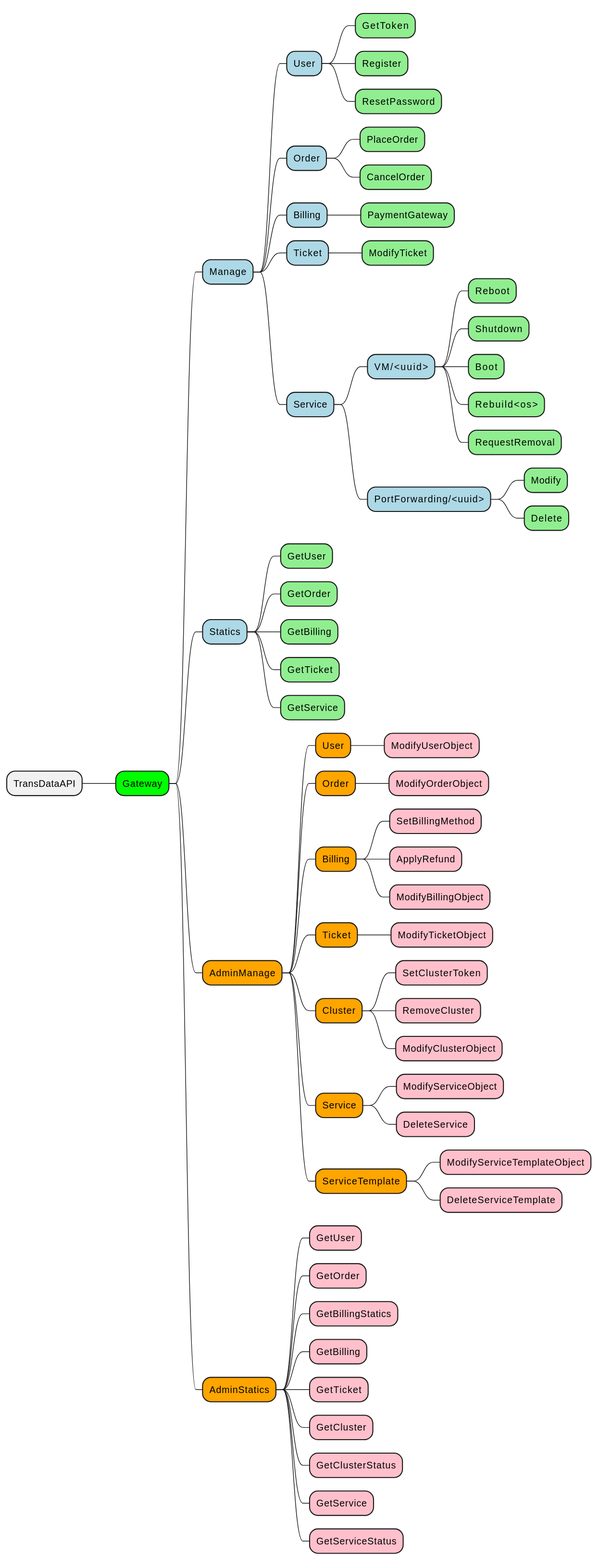
Before: documents/api.svg, a diagram exported from PlantUML (CaliNetwork/TransData).
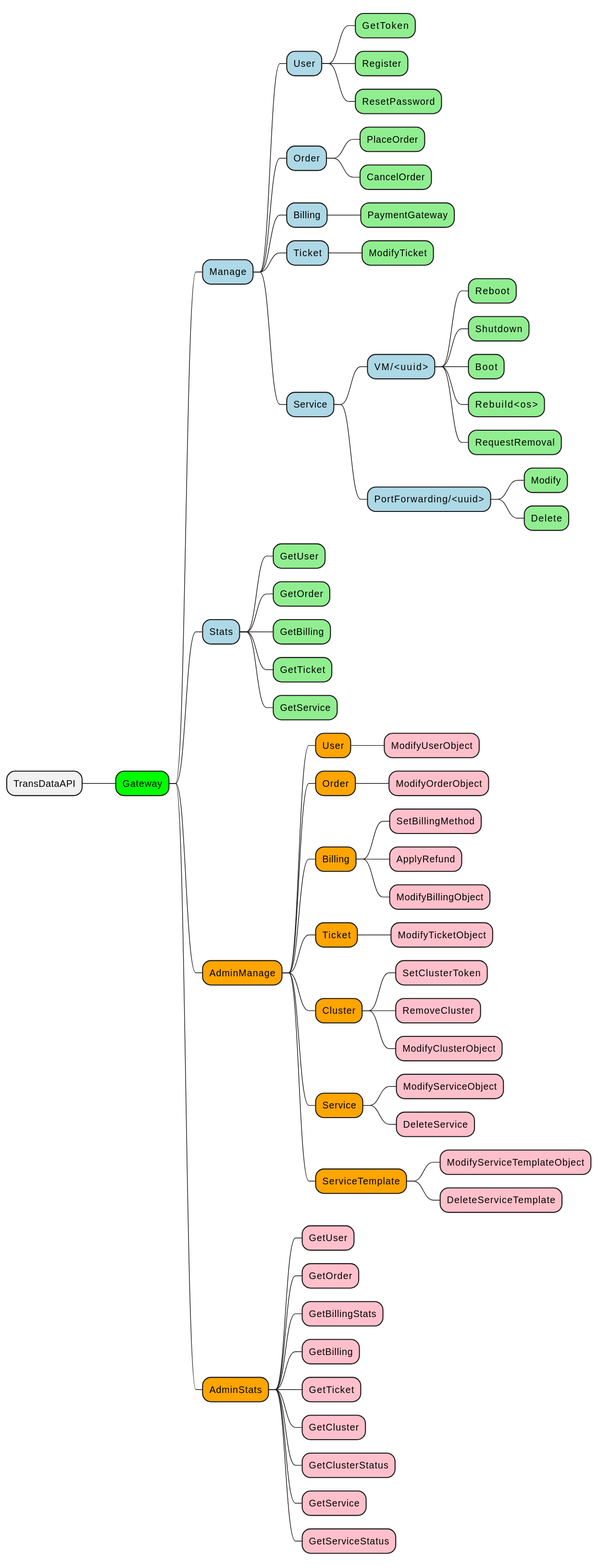
After the change.

Change to the diagram source:
```diff
@@ -23,7 +23,7 @@
                 *[#lightblue] PortForwarding/<uuid>
                     *[#lightgreen] Modify
                     *[#lightgreen] Delete
-        *[#lightblue] Statics
+        *[#lightblue] Stats
             *[#lightgreen] GetUser
             *[#lightgreen] GetOrder
             *[#lightgreen] GetBilling
@@ -51,10 +51,10 @@
             *[#orange] ServiceTemplate
                 *[#pink] ModifyServiceTemplateObject
                 *[#pink] DeleteServiceTemplate
-        *[#orange] AdminStatics
+        *[#orange] AdminStats
             *[#pink] GetUser
             *[#pink] GetOrder
-            *[#pink] GetBillingStatics
+            *[#pink] GetBillingStats
             *[#pink] GetBilling
             *[#pink] GetTicket
             *[#pink] GetCluster
```
